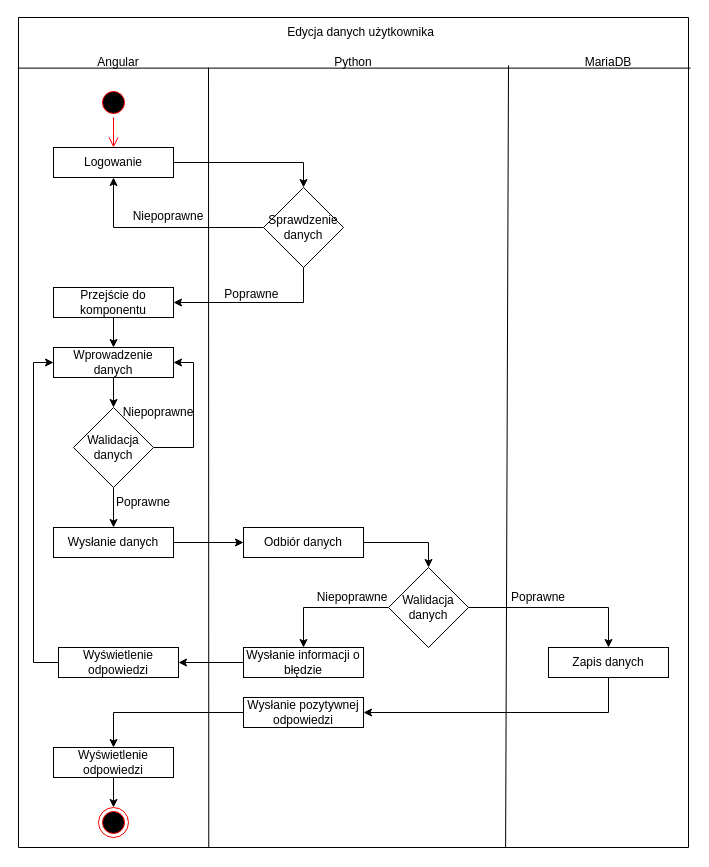
Above: Diagram/EditUser.drawio in Quadium9/Projekt_I (draw.io), before the change. Source tidied: cells renumbered, new cells numbered last; positions are measured from the earlier drawing's top-left corner, leaving out a move shared by most shapes. Both pictures are drawn from the tidied source at 100%, with x=0, y=0 at pixel (18, 17).
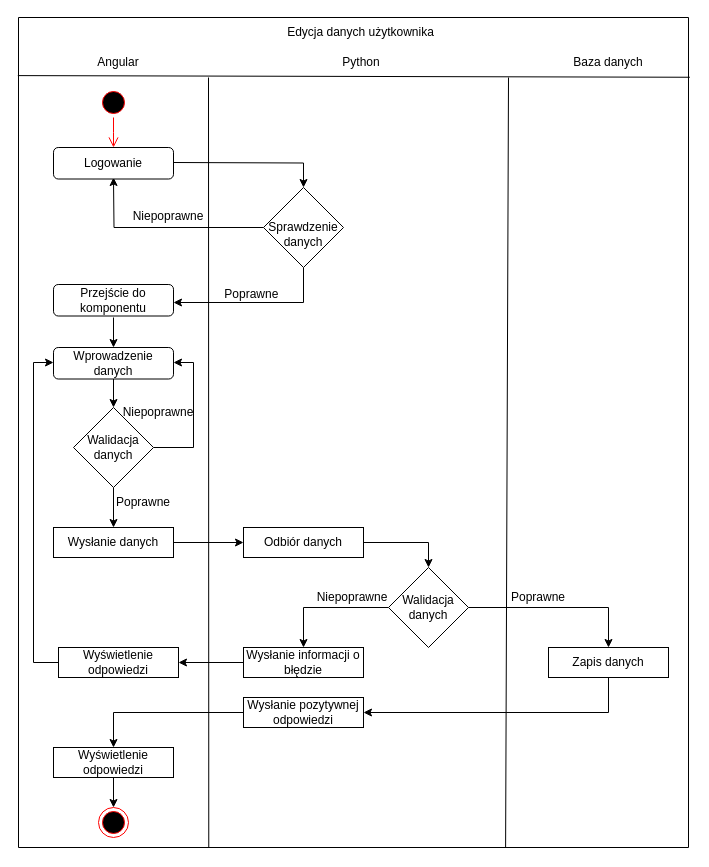
The same diagram, later.

Unchanged cells that the change refers to:
```xml
<mxCell id="2" style="swimlane;startSize=0;" parent="1" vertex="1">
  <mxGeometry width="670" height="830" as="geometry" />
</mxCell>
<mxCell id="31" value="Wyświetlenie odpowiedzi" style="rounded=0;whiteSpace=wrap;html=1;" parent="2" vertex="1">
  <mxGeometry x="40" y="630" width="120" height="30" as="geometry" />
</mxCell>
<mxCell id="39" value="Walidacja danych" style="rhombus;whiteSpace=wrap;html=1;" parent="2" vertex="1">
  <mxGeometry x="55" y="390" width="80" height="80" as="geometry" />
</mxCell>
```

The edit, as a diff of the source:
```diff
@@
-    <mxCell id="4" value="MariaDB" style="text;html=1;strokeColor=none;fillColor=none;align=center;verticalAlign=middle;whiteSpace=wrap;rounded=0;" parent="2" vertex="1">
-      <mxGeometry x="560" y="30" width="60" height="30" as="geometry" />
+    <mxCell id="4" value="Baza danych" style="text;html=1;strokeColor=none;fillColor=none;align=center;verticalAlign=middle;whiteSpace=wrap;rounded=0;" parent="2" vertex="1">
+      <mxGeometry x="545" y="30" width="90" height="30" as="geometry" />
     </mxCell>
@@
     <mxCell id="6" value="Python" style="text;html=1;strokeColor=none;fillColor=none;align=center;verticalAlign=middle;whiteSpace=wrap;rounded=0;" parent="2" vertex="1">
-      <mxGeometry x="305" y="30" width="60" height="30" as="geometry" />
+      <mxGeometry x="312.5" y="30" width="60" height="30" as="geometry" />
     </mxCell>
     <mxCell id="7" style="endArrow=none;html=1;rounded=0;exitX=0.284;exitY=1;exitDx=0;exitDy=0;exitPerimeter=0;" parent="2" edge="1" source="2">
       <mxGeometry relative="1" as="geometry">
-        <mxPoint x="190" y="50" as="targetPoint" />
+        <mxPoint x="190" y="60" as="targetPoint" />
       </mxGeometry>
     </mxCell>
-    <mxCell id="8" style="edgeStyle=orthogonalEdgeStyle;rounded=0;jettySize=auto;html=1;entryX=0.5;entryY=0;entryDx=0;entryDy=0;" parent="2" edge="1" source="9" target="14">
-      <mxGeometry relative="1" as="geometry" />
+    <mxCell id="8" style="edgeStyle=orthogonalEdgeStyle;rounded=0;jettySize=auto;html=1;entryX=0.5;entryY=0;entryDx=0;entryDy=0;" parent="2" edge="1" target="14">
+      <mxGeometry relative="1" as="geometry">
+        <mxPoint x="155" y="145" as="sourcePoint" />
+      </mxGeometry>
     </mxCell>
-    <mxCell id="9" value="Logowanie" style="rounded=0;whiteSpace=wrap;html=1;" parent="2" vertex="1">
-      <mxGeometry x="35" y="130" width="120" height="30" as="geometry" />
-    </mxCell>
@@
-    <mxCell id="12" style="edgeStyle=orthogonalEdgeStyle;rounded=0;jettySize=auto;html=1;entryX=0.5;entryY=1;entryDx=0;entryDy=0;" parent="2" edge="1" source="14" target="9">
-      <mxGeometry relative="1" as="geometry" />
+    <mxCell id="12" style="edgeStyle=orthogonalEdgeStyle;rounded=0;jettySize=auto;html=1;entryX=0.5;entryY=1;entryDx=0;entryDy=0;" parent="2" edge="1" source="14">
+      <mxGeometry relative="1" as="geometry">
+        <mxPoint x="95" y="160" as="targetPoint" />
+      </mxGeometry>
     </mxCell>
-    <mxCell id="13" style="edgeStyle=orthogonalEdgeStyle;rounded=0;jettySize=auto;html=1;entryX=1;entryY=0.5;entryDx=0;entryDy=0;" parent="2" edge="1" source="14" target="16">
+    <mxCell id="13" style="edgeStyle=orthogonalEdgeStyle;rounded=0;jettySize=auto;html=1;entryX=1;entryY=0.5;entryDx=0;entryDy=0;" parent="2" edge="1" source="14">
       <mxGeometry relative="1" as="geometry">
+        <mxPoint x="155" y="285" as="targetPoint" />
         <Array as="points">
           <mxPoint x="285" y="285" />
         </Array>
       </mxGeometry>
     </mxCell>
-    <mxCell id="14" value="Sprawdzenie danych" style="rhombus;whiteSpace=wrap;html=1;" parent="2" vertex="1">
+    <mxCell id="14" value="&lt;br&gt;Sprawdzenie danych" style="rhombus;whiteSpace=wrap;html=1;" parent="2" vertex="1">
       <mxGeometry x="245" y="170" width="80" height="80" as="geometry" />
     </mxCell>
-    <mxCell id="15" style="edgeStyle=orthogonalEdgeStyle;rounded=0;jettySize=auto;html=1;entryX=0.5;entryY=0;entryDx=0;entryDy=0;" parent="2" edge="1" source="16" target="18">
-      <mxGeometry relative="1" as="geometry" />
+    <mxCell id="15" style="edgeStyle=orthogonalEdgeStyle;rounded=0;orthogonalLoop=1;jettySize=auto;html=1;entryX=0.5;entryY=0;entryDx=0;entryDy=0;" parent="2" edge="1">
+      <mxGeometry relative="1" as="geometry">
+        <mxPoint x="95" y="300" as="sourcePoint" />
+        <mxPoint x="95" y="330" as="targetPoint" />
+      </mxGeometry>
     </mxCell>
-    <mxCell id="16" value="Przejście do komponentu" style="rounded=0;whiteSpace=wrap;html=1;" parent="2" vertex="1">
-      <mxGeometry x="35" y="270" width="120" height="30" as="geometry" />
-    </mxCell>
-    <mxCell id="17" style="edgeStyle=orthogonalEdgeStyle;rounded=0;jettySize=auto;html=1;entryX=0.5;entryY=0;entryDx=0;entryDy=0;" parent="2" edge="1" source="18" target="39">
-      <mxGeometry relative="1" as="geometry" />
+    <mxCell id="17" style="edgeStyle=orthogonalEdgeStyle;rounded=0;jettySize=auto;html=1;entryX=0.5;entryY=0;entryDx=0;entryDy=0;" parent="2" edge="1" target="39">
+      <mxGeometry relative="1" as="geometry">
+        <mxPoint x="95" y="360" as="sourcePoint" />
+      </mxGeometry>
     </mxCell>
-    <mxCell id="18" value="Wprowadzenie danych" style="rounded=0;whiteSpace=wrap;html=1;" parent="2" vertex="1">
-      <mxGeometry x="35" y="330" width="120" height="30" as="geometry" />
-    </mxCell>
@@
-    <mxCell id="30" style="edgeStyle=orthogonalEdgeStyle;rounded=0;jettySize=auto;html=1;entryX=0;entryY=0.5;entryDx=0;entryDy=0;" parent="2" edge="1" source="31" target="18">
+    <mxCell id="30" style="edgeStyle=orthogonalEdgeStyle;rounded=0;jettySize=auto;html=1;entryX=0;entryY=0.5;entryDx=0;entryDy=0;" parent="2" edge="1" source="31">
       <mxGeometry relative="1" as="geometry">
+        <mxPoint x="35" y="345" as="targetPoint" />
         <Array as="points">
           <mxPoint x="15" y="645" />
           <mxPoint x="15" y="345" />
         </Array>
       </mxGeometry>
     </mxCell>
@@
-    <mxCell id="38" style="edgeStyle=orthogonalEdgeStyle;rounded=0;jettySize=auto;html=1;entryX=1;entryY=0.5;entryDx=0;entryDy=0;" parent="2" edge="1" source="39" target="18">
+    <mxCell id="38" style="edgeStyle=orthogonalEdgeStyle;rounded=0;jettySize=auto;html=1;entryX=1;entryY=0.5;entryDx=0;entryDy=0;" parent="2" edge="1" source="39">
       <mxGeometry relative="1" as="geometry">
+        <mxPoint x="155" y="345" as="targetPoint" />
         <Array as="points">
           <mxPoint x="175" y="430" />
           <mxPoint x="175" y="345" />
         </Array>
       </mxGeometry>
     </mxCell>
@@
+    <mxCell id="9" value="&lt;span&gt;Logowanie&lt;/span&gt;" style="rounded=1;whiteSpace=wrap;html=1;" parent="2" vertex="1">
+      <mxGeometry x="35" y="130" width="120" height="31.5" as="geometry" />
+    </mxCell>
+    <mxCell id="16" value="Przejście do komponentu" style="rounded=1;whiteSpace=wrap;html=1;" parent="2" vertex="1">
+      <mxGeometry x="35" y="267" width="120" height="31.5" as="geometry" />
+    </mxCell>
+    <mxCell id="18" value="Wprowadzenie danych" style="rounded=1;whiteSpace=wrap;html=1;" parent="2" vertex="1">
+      <mxGeometry x="35" y="330" width="120" height="31.5" as="geometry" />
+    </mxCell>
-    <mxCell id="46" style="endArrow=none;html=1;rounded=0;exitX=-0.001;exitY=0.061;exitDx=0;exitDy=0;exitPerimeter=0;entryX=1.003;entryY=0.061;entryDx=0;entryDy=0;entryPerimeter=0;" parent="1" edge="1" source="2" target="2">
+    <mxCell id="46" style="endArrow=none;html=1;rounded=0;exitX=-0.001;exitY=0.07;exitDx=0;exitDy=0;exitPerimeter=0;entryX=1.002;entryY=0.072;entryDx=0;entryDy=0;entryPerimeter=0;" parent="1" edge="1" source="2" target="2">
       <mxGeometry relative="1" as="geometry" />
     </mxCell>
     <mxCell id="47" style="endArrow=none;html=1;rounded=0;exitX=0.727;exitY=1.003;exitDx=0;exitDy=0;exitPerimeter=0;" parent="1" edge="1">
       <mxGeometry relative="1" as="geometry">
         <mxPoint x="487.1" y="830.5" as="sourcePoint" />
-        <mxPoint x="490" y="48" as="targetPoint" />
+        <mxPoint x="490" y="60" as="targetPoint" />
       </mxGeometry>
     </mxCell>
```
